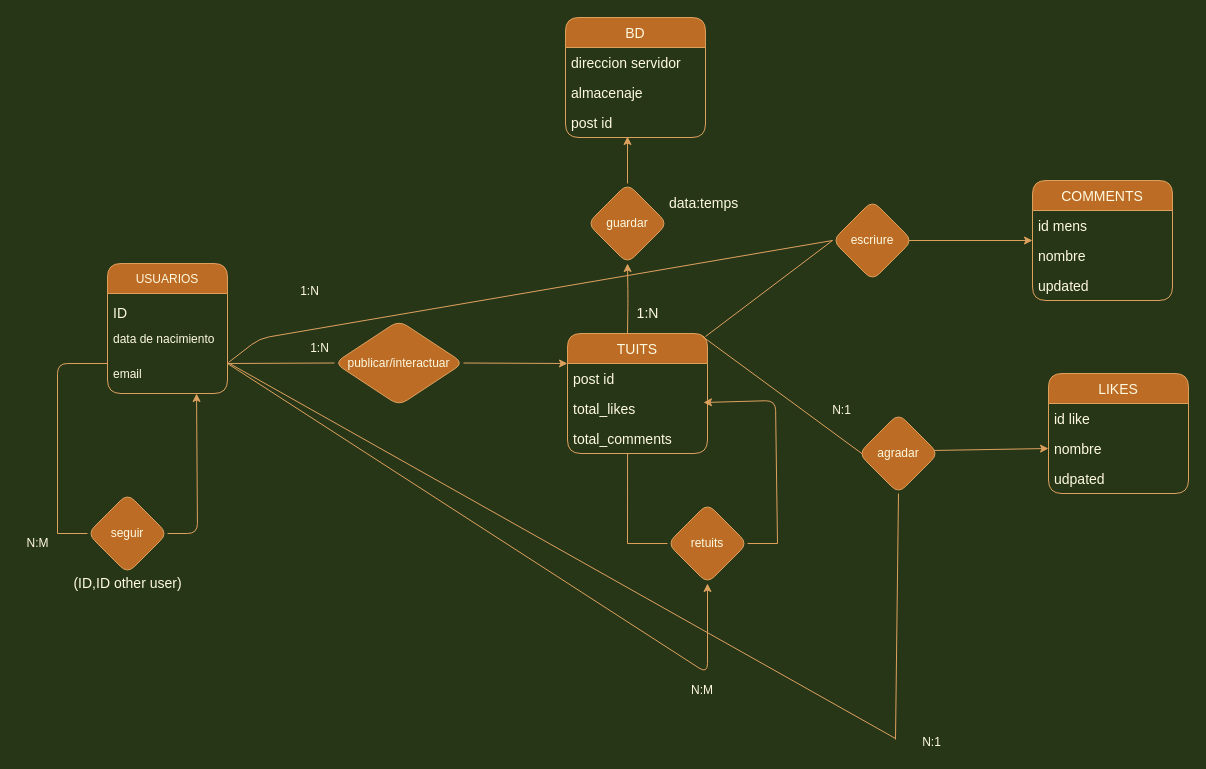
This is Ejercicio16.drawio from MarcPadrell/Team-4-ta12, a draw.io file, before an edit. Source tidied: cells renumbered, new cells numbered last; positions are measured from the earlier drawing's top-left corner, leaving out a move shared by most shapes. Both pictures are drawn from the tidied source at 100%, with x=0, y=0 at pixel (17, 17).
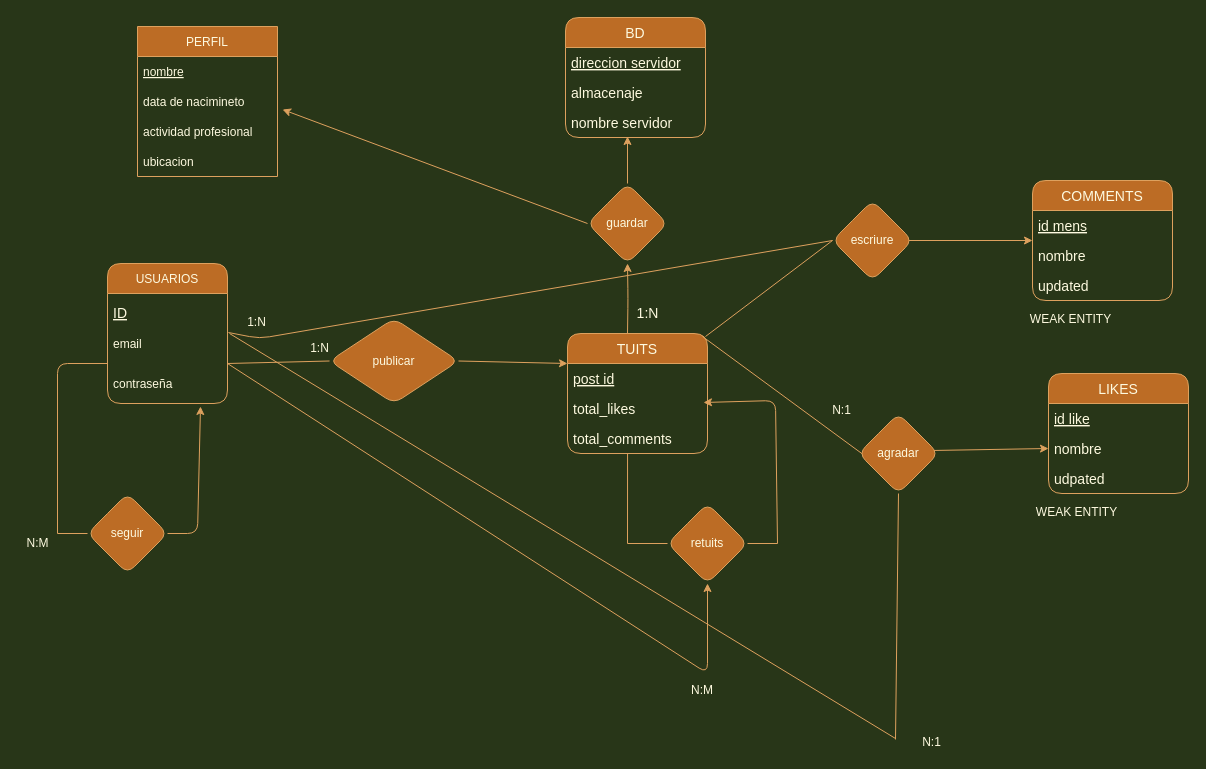
The same diagram, later.

The change refers to these unchanged cells:
```xml
<mxCell id="6" value="guardar" style="rhombus;whiteSpace=wrap;html=1;fillColor=#BC6C25;strokeColor=#DDA15E;fontColor=#FEFAE0;rounded=1;" parent="1" vertex="1">
  <mxGeometry x="570" y="166" width="80" height="80" as="geometry" />
</mxCell>
<mxCell id="7" value="seguir" style="rhombus;whiteSpace=wrap;html=1;fillColor=#BC6C25;strokeColor=#DDA15E;fontColor=#FEFAE0;rounded=1;" parent="1" vertex="1">
  <mxGeometry x="70" y="476" width="80" height="80" as="geometry" />
</mxCell>
<mxCell id="23" value="TUITS" style="swimlane;fontStyle=0;horizontal=1;startSize=30;fontSize=14;fontColor=#FEFAE0;fillColor=#BC6C25;strokeColor=#DDA15E;rounded=1;" parent="1" vertex="1">
  <mxGeometry x="550" y="316" width="140" height="120" as="geometry" />
</mxCell>
<mxCell id="27" value="COMMENTS" style="swimlane;fontStyle=0;horizontal=1;startSize=30;fontSize=14;fontColor=#FEFAE0;fillColor=#BC6C25;strokeColor=#DDA15E;rounded=1;" parent="1" vertex="1">
  <mxGeometry x="1015" y="163" width="140" height="120" as="geometry" />
</mxCell>
<mxCell id="33" value="BD" style="swimlane;fontStyle=0;horizontal=1;startSize=30;fontSize=14;fontColor=#FEFAE0;fillColor=#BC6C25;strokeColor=#DDA15E;rounded=1;" parent="1" vertex="1">
  <mxGeometry x="548" width="140" height="120" as="geometry" />
</mxCell>
<mxCell id="37" value="LIKES" style="swimlane;fontStyle=0;horizontal=1;startSize=30;fontSize=14;fontColor=#FEFAE0;fillColor=#BC6C25;strokeColor=#DDA15E;rounded=1;" parent="1" vertex="1">
  <mxGeometry x="1031" y="356" width="140" height="120" as="geometry" />
</mxCell>
```

What changed in the source:
```diff
@@
-    <mxCell id="3" value="publicar/interactuar" style="rhombus;whiteSpace=wrap;html=1;fillColor=#BC6C25;strokeColor=#DDA15E;fontColor=#FEFAE0;rounded=1;" parent="1" vertex="1">
-      <mxGeometry x="317" y="303" width="129" height="85" as="geometry" />
+    <mxCell id="3" value="publicar" style="rhombus;whiteSpace=wrap;html=1;fillColor=#BC6C25;strokeColor=#DDA15E;fontColor=#FEFAE0;rounded=1;" parent="1" vertex="1">
+      <mxGeometry x="312" y="301" width="129" height="85" as="geometry" />
     </mxCell>
@@
     <mxCell id="19" value="USUARIOS" style="swimlane;fontStyle=0;horizontal=1;startSize=30;fontColor=#FEFAE0;fillColor=#BC6C25;strokeColor=#DDA15E;rounded=1;" parent="1" vertex="1">
-      <mxGeometry x="90" y="246" width="120" height="130" as="geometry" />
+      <mxGeometry x="90" y="246" width="120" height="140" as="geometry" />
     </mxCell>
-    <mxCell id="20" value="ID" style="text;strokeColor=none;fillColor=none;align=left;verticalAlign=bottom;spacingLeft=4;spacingRight=4;overflow=hidden;fontSize=14;fontColor=#FEFAE0;rounded=1;" parent="19" vertex="1">
+    <mxCell id="20" value="ID" style="text;strokeColor=none;fillColor=none;align=left;verticalAlign=bottom;spacingLeft=4;spacingRight=4;overflow=hidden;fontSize=14;fontColor=#FEFAE0;rounded=1;fontStyle=4;" parent="19" vertex="1">
       <mxGeometry y="30" width="120" height="30" as="geometry" />
     </mxCell>
-    <mxCell id="21" value="data de nacimiento" style="text;strokeColor=none;fillColor=none;align=left;verticalAlign=middle;spacingLeft=4;spacingRight=4;overflow=hidden;fontColor=#FEFAE0;rounded=1;" parent="19" vertex="1">
-      <mxGeometry y="60" width="120" height="30" as="geometry" />
-    </mxCell>
     <mxCell id="22" value="email" style="text;strokeColor=none;fillColor=none;align=left;verticalAlign=middle;spacingLeft=4;spacingRight=4;overflow=hidden;points=[[0,0.5],[1,0.5]];portConstraint=eastwest;fontColor=#FEFAE0;rounded=1;" parent="19" vertex="1">
-      <mxGeometry y="90" width="120" height="40" as="geometry" />
+      <mxGeometry y="60" width="120" height="40" as="geometry" />
     </mxCell>
+    <mxCell id="56" value="contraseña" style="text;strokeColor=none;fillColor=none;align=left;verticalAlign=middle;spacingLeft=4;spacingRight=4;overflow=hidden;points=[[0,0.5],[1,0.5]];portConstraint=eastwest;fontColor=#FEFAE0;rounded=1;" parent="19" vertex="1">
+      <mxGeometry y="100" width="120" height="40" as="geometry" />
+    </mxCell>
@@
-    <mxCell id="24" value="post id" style="text;strokeColor=none;fillColor=none;align=left;verticalAlign=middle;spacingLeft=4;spacingRight=4;overflow=hidden;fontSize=14;fontColor=#FEFAE0;rounded=1;" parent="23" vertex="1">
+    <mxCell id="24" value="post id" style="text;strokeColor=none;fillColor=none;align=left;verticalAlign=middle;spacingLeft=4;spacingRight=4;overflow=hidden;fontSize=14;fontColor=#FEFAE0;rounded=1;fontStyle=4;" parent="23" vertex="1">
       <mxGeometry y="30" width="140" height="30" as="geometry" />
     </mxCell>
@@
-    <mxCell id="28" value="id mens" style="text;strokeColor=none;fillColor=none;align=left;verticalAlign=middle;spacingLeft=4;spacingRight=4;overflow=hidden;fontSize=14;fontColor=#FEFAE0;rounded=1;" parent="27" vertex="1">
+    <mxCell id="28" value="id mens" style="text;strokeColor=none;fillColor=none;align=left;verticalAlign=middle;spacingLeft=4;spacingRight=4;overflow=hidden;fontSize=14;fontColor=#FEFAE0;rounded=1;fontStyle=4;" parent="27" vertex="1">
       <mxGeometry y="30" width="140" height="30" as="geometry" />
     </mxCell>
@@
-    <mxCell id="31" value="(ID,ID other user)" style="text;html=1;align=center;verticalAlign=middle;strokeColor=none;fillColor=none;fontSize=14;fontColor=#FEFAE0;rounded=1;" parent="1" vertex="1">
-      <mxGeometry x="50" y="556" width="120" height="20" as="geometry" />
-    </mxCell>
-    <mxCell id="32" value="data:temps&amp;nbsp;" style="text;html=1;align=center;verticalAlign=middle;strokeColor=none;fillColor=none;fontSize=14;fontColor=#FEFAE0;rounded=1;" parent="1" vertex="1">
-      <mxGeometry x="646" y="175" width="83" height="21" as="geometry" />
-    </mxCell>
@@
-    <mxCell id="34" value="direccion servidor" style="text;strokeColor=none;fillColor=none;align=left;verticalAlign=middle;spacingLeft=4;spacingRight=4;overflow=hidden;fontSize=14;fontColor=#FEFAE0;rounded=1;" parent="33" vertex="1">
+    <mxCell id="34" value="direccion servidor" style="text;strokeColor=none;fillColor=none;align=left;verticalAlign=middle;spacingLeft=4;spacingRight=4;overflow=hidden;fontSize=14;fontColor=#FEFAE0;rounded=1;fontStyle=4;" parent="33" vertex="1">
       <mxGeometry y="30" width="140" height="30" as="geometry" />
     </mxCell>
@@
-    <mxCell id="36" value="post id" style="text;strokeColor=none;fillColor=none;align=left;verticalAlign=middle;spacingLeft=4;spacingRight=4;overflow=hidden;fontSize=14;fontColor=#FEFAE0;rounded=1;" parent="33" vertex="1">
+    <mxCell id="36" value="nombre servidor" style="text;strokeColor=none;fillColor=none;align=left;verticalAlign=middle;spacingLeft=4;spacingRight=4;overflow=hidden;fontSize=14;fontColor=#FEFAE0;rounded=1;" parent="33" vertex="1">
       <mxGeometry y="90" width="140" height="30" as="geometry" />
     </mxCell>
@@
-    <mxCell id="38" value="id like" style="text;strokeColor=none;fillColor=none;align=left;verticalAlign=middle;spacingLeft=4;spacingRight=4;overflow=hidden;fontSize=14;fontColor=#FEFAE0;rounded=1;" parent="37" vertex="1">
+    <mxCell id="38" value="id like" style="text;strokeColor=none;fillColor=none;align=left;verticalAlign=middle;spacingLeft=4;spacingRight=4;overflow=hidden;fontSize=14;fontColor=#FEFAE0;rounded=1;fontStyle=4;" parent="37" vertex="1">
       <mxGeometry y="30" width="140" height="30" as="geometry" />
     </mxCell>
@@
-    <mxCell id="42" style="endArrow=classic;html=1;fontSize=14;fontColor=#FEFAE0;exitX=1;exitY=0.5;exitDx=0;exitDy=0;strokeColor=#DDA15E;labelBackgroundColor=#283618;entryX=0.742;entryY=1;entryDx=0;entryDy=0;entryPerimeter=0;" parent="1" edge="1" source="7" target="22">
+    <mxCell id="42" style="endArrow=classic;html=1;fontSize=14;fontColor=#FEFAE0;exitX=1;exitY=0.5;exitDx=0;exitDy=0;strokeColor=#DDA15E;labelBackgroundColor=#283618;entryX=0.775;entryY=1.075;entryDx=0;entryDy=0;entryPerimeter=0;" parent="1" edge="1" source="7" target="56">
       <mxGeometry relative="1" as="geometry">
         <Array as="points">
           <mxPoint x="180" y="516" />
         </Array>
       </mxGeometry>
     </mxCell>
@@
     <mxCell id="55" value="1:N" style="text;html=1;align=center;verticalAlign=middle;strokeColor=none;fillColor=none;fontColor=#FEFAE0;" parent="1" vertex="1">
-      <mxGeometry x="277" y="265" width="29" height="18" as="geometry" />
+      <mxGeometry x="224" y="296" width="29" height="18" as="geometry" />
     </mxCell>
+    <mxCell id="57" value="WEAK ENTITY" style="text;html=1;align=center;verticalAlign=middle;strokeColor=none;fillColor=none;fontColor=#FEFAE0;" parent="1" vertex="1">
+      <mxGeometry x="1007" y="293" width="91" height="18" as="geometry" />
+    </mxCell>
+    <mxCell id="58" value="WEAK ENTITY" style="text;html=1;align=center;verticalAlign=middle;strokeColor=none;fillColor=none;fontColor=#FEFAE0;" parent="1" vertex="1">
+      <mxGeometry x="1013" y="486" width="91" height="18" as="geometry" />
+    </mxCell>
+    <mxCell id="59" value="PERFIL" style="swimlane;fontStyle=0;horizontal=1;startSize=30;rounded=0;sketch=0;fontColor=#FEFAE0;strokeColor=#DDA15E;fillColor=#BC6C25;" parent="1" vertex="1">
+      <mxGeometry x="120" y="9" width="140" height="150" as="geometry" />
+    </mxCell>
+    <mxCell id="60" value="nombre" style="text;strokeColor=none;fillColor=none;align=left;verticalAlign=middle;spacingLeft=4;spacingRight=4;overflow=hidden;rounded=0;sketch=0;fontColor=#FEFAE0;fontStyle=4;" parent="59" vertex="1">
+      <mxGeometry y="30" width="140" height="30" as="geometry" />
+    </mxCell>
+    <mxCell id="61" value="data de nacimineto" style="text;strokeColor=none;fillColor=none;align=left;verticalAlign=middle;spacingLeft=4;spacingRight=4;overflow=hidden;points=[[0,0.5],[1,0.5]];portConstraint=eastwest;rounded=0;sketch=0;fontColor=#FEFAE0;" parent="59" vertex="1">
+      <mxGeometry y="60" width="140" height="30" as="geometry" />
+    </mxCell>
+    <mxCell id="62" value="actividad profesional" style="text;strokeColor=none;fillColor=none;align=left;verticalAlign=middle;spacingLeft=4;spacingRight=4;overflow=hidden;rounded=0;sketch=0;fontColor=#FEFAE0;" parent="59" vertex="1">
+      <mxGeometry y="90" width="140" height="30" as="geometry" />
+    </mxCell>
+    <mxCell id="63" value="ubicacion" style="text;strokeColor=none;fillColor=none;align=left;verticalAlign=middle;spacingLeft=4;spacingRight=4;overflow=hidden;rounded=0;sketch=0;fontColor=#FEFAE0;" parent="59" vertex="1">
+      <mxGeometry y="120" width="140" height="30" as="geometry" />
+    </mxCell>
+    <mxCell id="64" style="endArrow=classic;html=1;rounded=1;sketch=0;fontColor=#FEFAE0;strokeColor=#DDA15E;fillColor=#BC6C25;curved=0;entryX=1.036;entryY=0.767;entryDx=0;entryDy=0;entryPerimeter=0;exitX=0;exitY=0.5;exitDx=0;exitDy=0;" parent="1" edge="1" source="6" target="61">
+      <mxGeometry relative="1" as="geometry" />
+    </mxCell>
```
